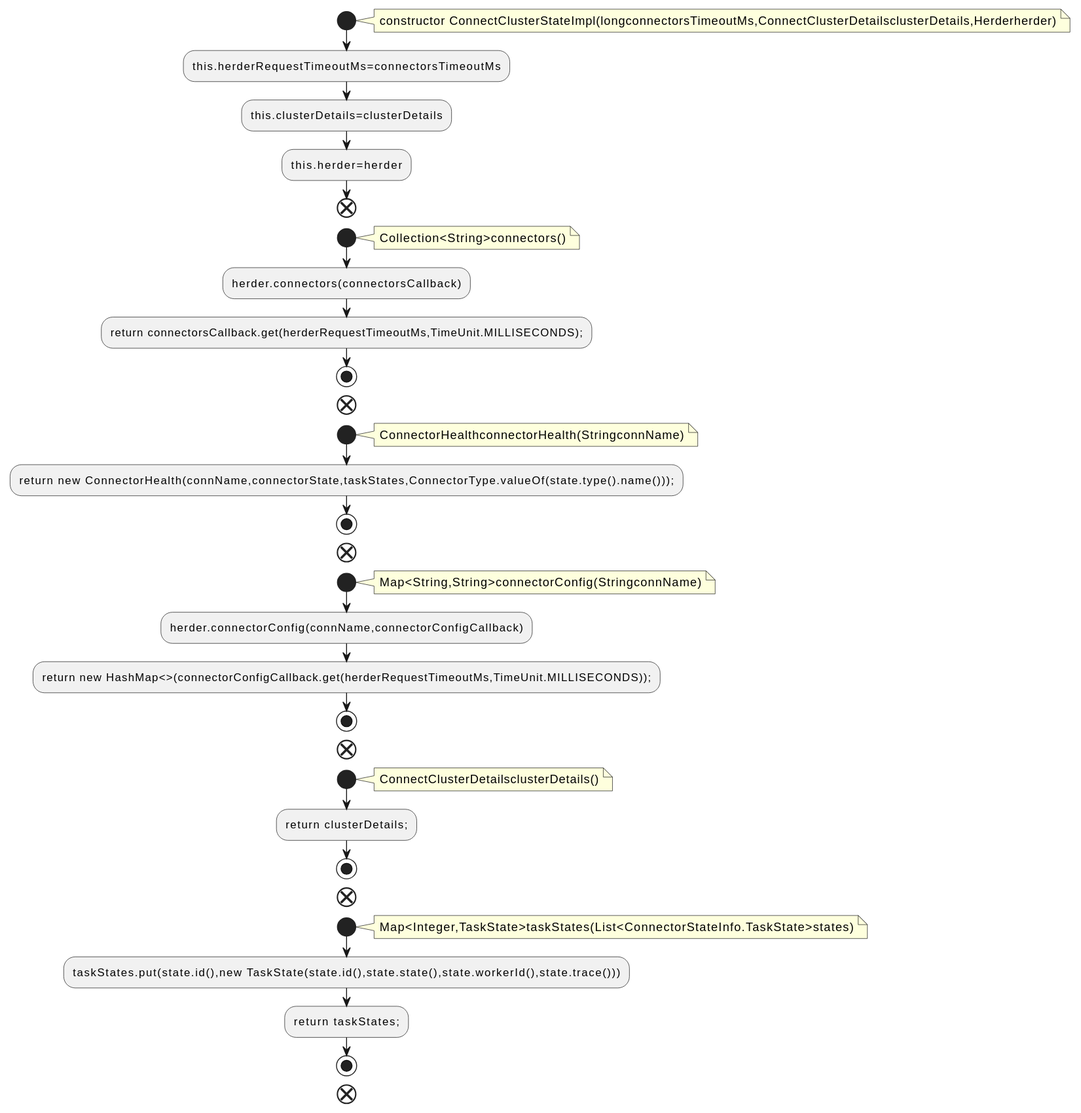
Before: docs/qc/connect/runtime/src/main/java/org/apache/kafka/connect/runtime/health/ConnectClusterStateImpl.java.fct.svg, a diagram exported from PlantUML (qualitesys/kafka).
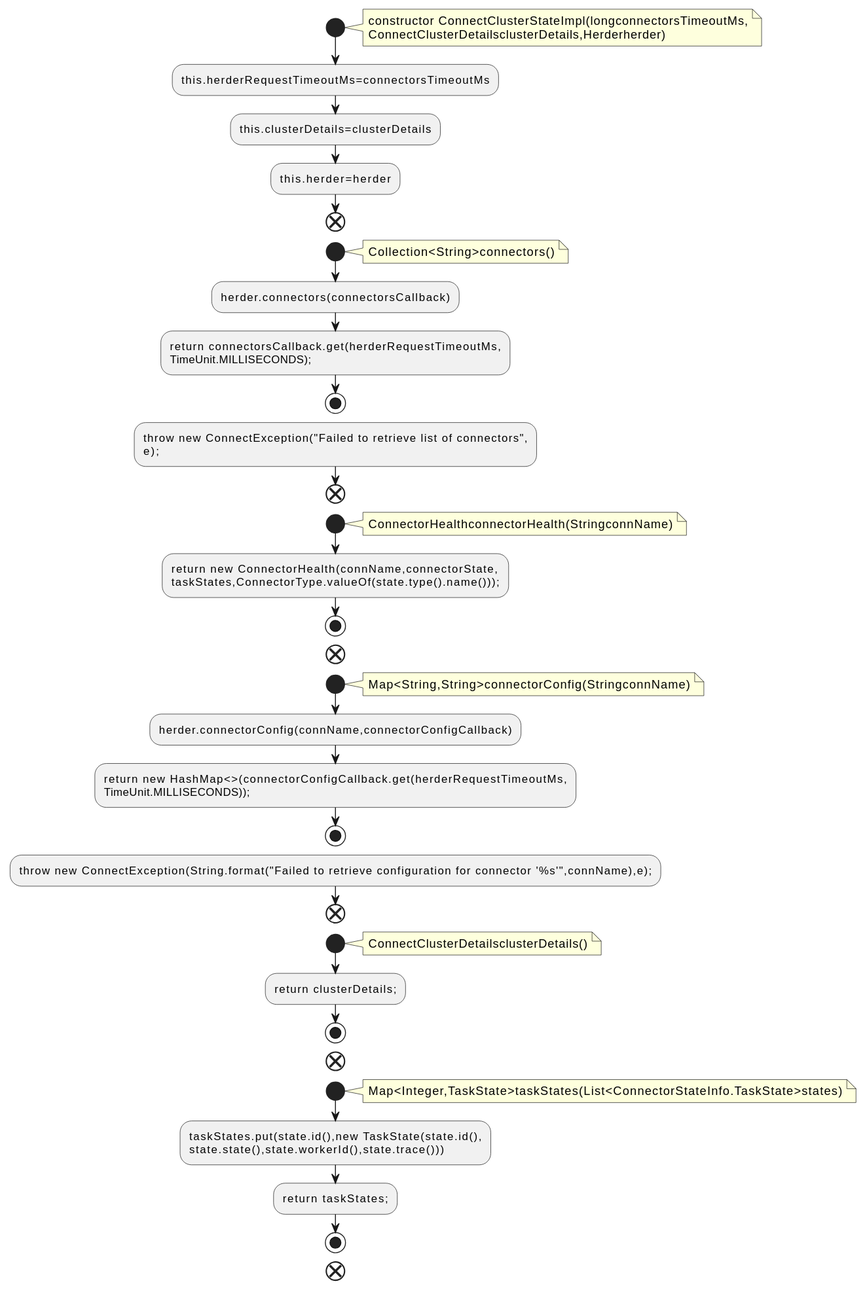
Above is the later version.

The edit, as a diff of the source:
```diff
@@ -2,7 +2,8 @@
 !pragma layout smetana
 start
 note right
-constructor ConnectClusterStateImpl(longconnectorsTimeoutMs,ConnectClusterDetailsclusterDetails,Herderherder)
+constructor ConnectClusterStateImpl(longconnectorsTimeoutMs,
+ConnectClusterDetailsclusterDetails,Herderherder)
 end note
 :this.herderRequestTimeoutMs=connectorsTimeoutMs;
 :this.clusterDetails=clusterDetails;
@@ -13,14 +14,18 @@
 Collection<String>connectors()
 end note
 :herder.connectors(connectorsCallback);
-:return connectorsCallback.get(herderRequestTimeoutMs,TimeUnit.MILLISECONDS);;
+:return connectorsCallback.get(herderRequestTimeoutMs,
+TimeUnit.MILLISECONDS);;
 stop
+:throw new ConnectException("Failed to retrieve list of connectors",
+e);;
 end
 start
 note right
 ConnectorHealthconnectorHealth(StringconnName)
 end note
-:return new ConnectorHealth(connName,connectorState,taskStates,ConnectorType.valueOf(state.type().name()));;
+:return new ConnectorHealth(connName,connectorState,
+taskStates,ConnectorType.valueOf(state.type().name()));;
 stop
 end
 start
@@ -28,8 +33,10 @@
 Map<String,String>connectorConfig(StringconnName)
 end note
 :herder.connectorConfig(connName,connectorConfigCallback);
-:return new HashMap<>(connectorConfigCallback.get(herderRequestTimeoutMs,TimeUnit.MILLISECONDS));;
+:return new HashMap<>(connectorConfigCallback.get(herderRequestTimeoutMs,
+TimeUnit.MILLISECONDS));;
 stop
+:throw new ConnectException(String.format("Failed to retrieve configuration for connector '%s'",connName),e);;
 end
 start
 note right
@@ -42,7 +49,8 @@
 note right
 Map<Integer,TaskState>taskStates(List<ConnectorStateInfo.TaskState>states)
 end note
-:taskStates.put(state.id(),new TaskState(state.id(),state.state(),state.workerId(),state.trace()));
+:taskStates.put(state.id(),new TaskState(state.id(),
+state.state(),state.workerId(),state.trace()));
 :return taskStates;;
 stop
 end
```
